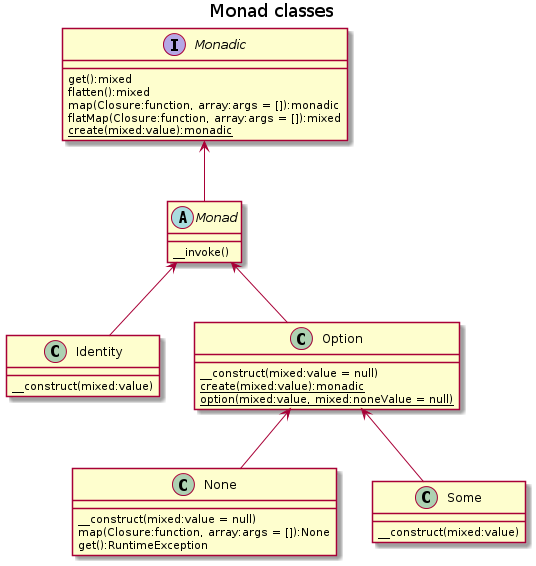
Above: docs/monad-classes.png in chippyash/Monad (PlantUML), before the change.
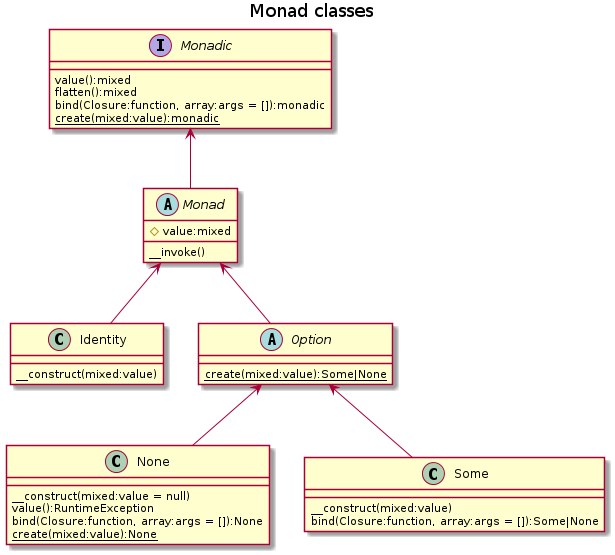
The same file after the commit.

Change to the diagram source:
```diff
@@ -2,14 +2,14 @@
 title Monad classes
 
 interface Monadic {
-    get():mixed
+    value():mixed
     flatten():mixed
-    map(Closure:function, array:args = []):monadic
-    flatMap(Closure:function, array:args = []):mixed
+    bind(Closure:function, array:args = []):monadic
     {static} create(mixed:value):monadic
 }
 
 abstract class Monad {
+    #value:mixed
     __invoke()
 }
 
@@ -17,20 +17,20 @@
     __construct(mixed:value)
 }
 
-class Option {
-    __construct(mixed:value = null)
-    {static} create(mixed:value):monadic
-    {static} option(mixed:value, mixed:noneValue = null)
+abstract class Option {
+    {static} create(mixed:value):Some|None
 }
 
 class None {
     __construct(mixed:value = null)
-    map(Closure:function, array:args = []):None
-    get():RuntimeException
+    value():RuntimeException
+    bind(Closure:function, array:args = []):None
+    {static} create(mixed:value):None
 }
 
 class Some {
     __construct(mixed:value)
+    bind(Closure:function, array:args = []):Some|None
 }
 
 Monadic <-- Monad
```
